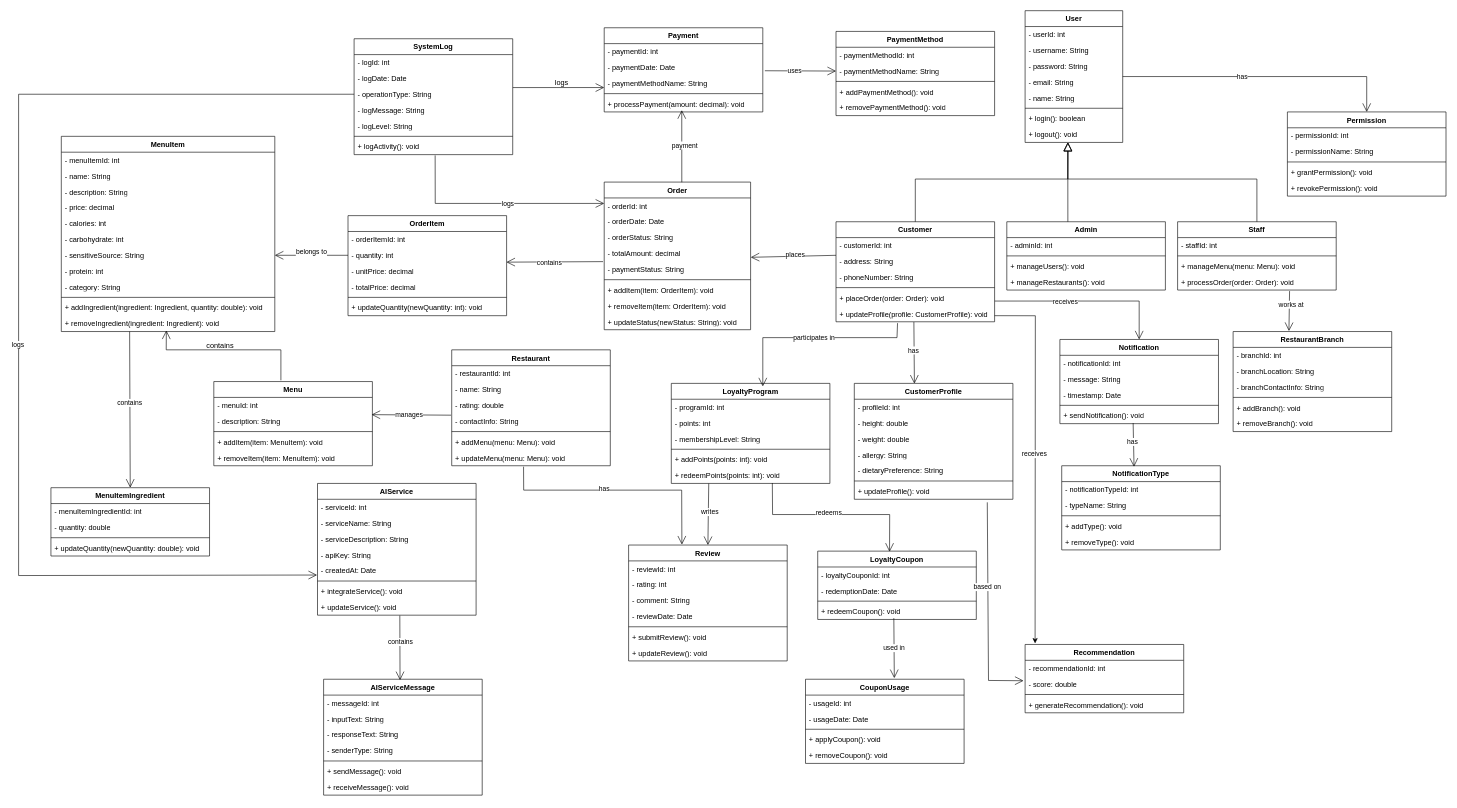
Before: page "Class Diagram" (3 of 5) of uml/Diagram.drawio in timlau999/ForTest, a draw.io diagram. Source tidied: cells renumbered, new cells numbered last; positions are measured from the earlier drawing's top-left corner, leaving out a move shared by most shapes. Both pictures are drawn from the tidied source at 61%, with x=0, y=0 at pixel (18, 10).
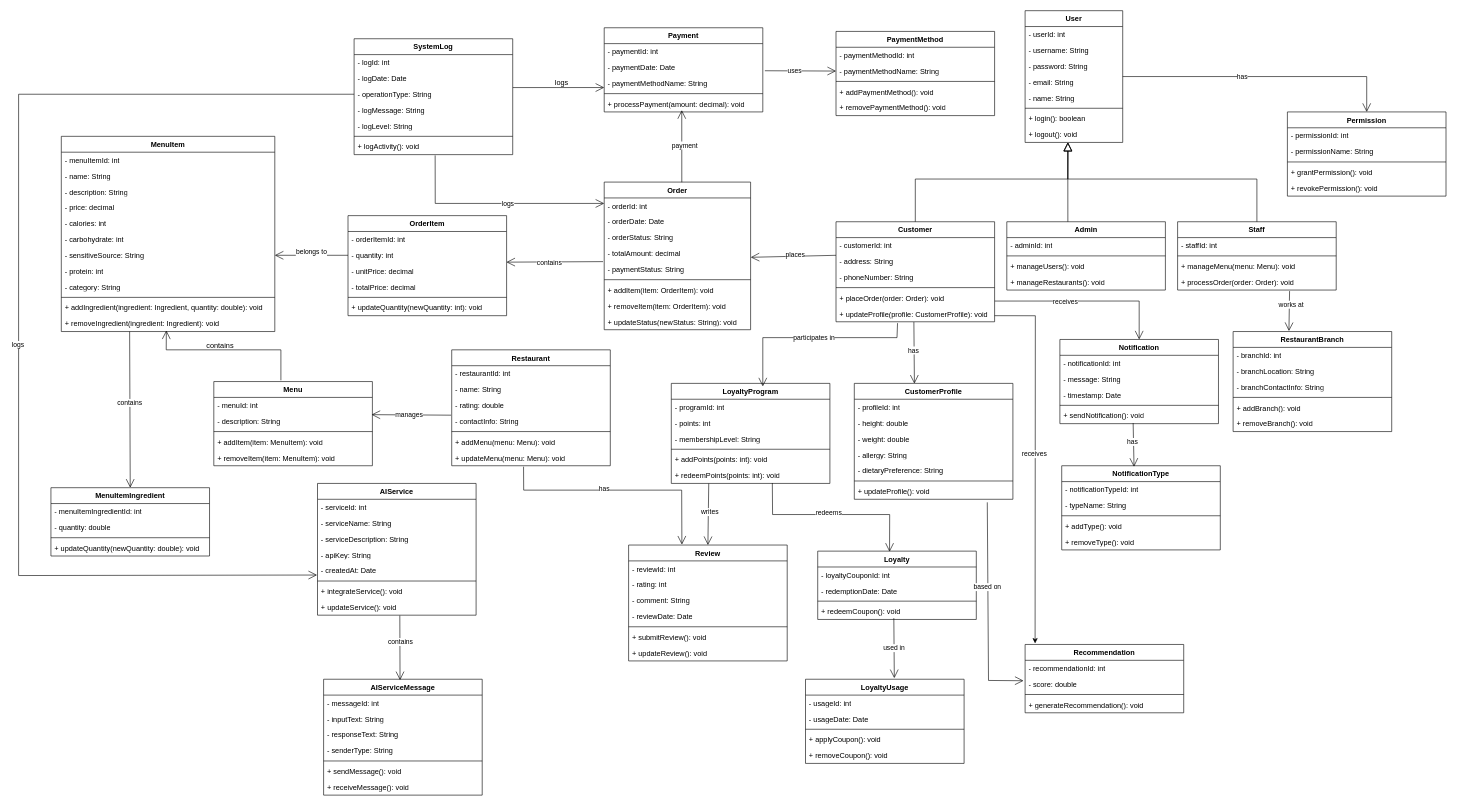
After the change.

Diff of the diagram source:
```diff
@@
-    <mxCell id="117" value="CouponUsage" style="swimlane;fontStyle=1;align=center;verticalAlign=top;horizontal=1;startSize=26;whiteSpace=wrap;html=1;" parent="1" vertex="1">
+    <mxCell id="117" value="LoyaltyUsage" style="swimlane;fontStyle=1;align=center;verticalAlign=top;horizontal=1;startSize=26;whiteSpace=wrap;html=1;" parent="1" vertex="1">
       <mxGeometry x="1290" y="1096" width="260" height="138" as="geometry" />
     </mxCell>
@@
-    <mxCell id="167" value="LoyaltyCoupon" style="swimlane;fontStyle=1;align=center;verticalAlign=top;horizontal=1;startSize=26;whiteSpace=wrap;html=1;" parent="1" vertex="1">
+    <mxCell id="167" value="Loyalty" style="swimlane;fontStyle=1;align=center;verticalAlign=top;horizontal=1;startSize=26;whiteSpace=wrap;html=1;" parent="1" vertex="1">
       <mxGeometry x="1310" y="886" width="260" height="112" as="geometry" />
     </mxCell>
```
